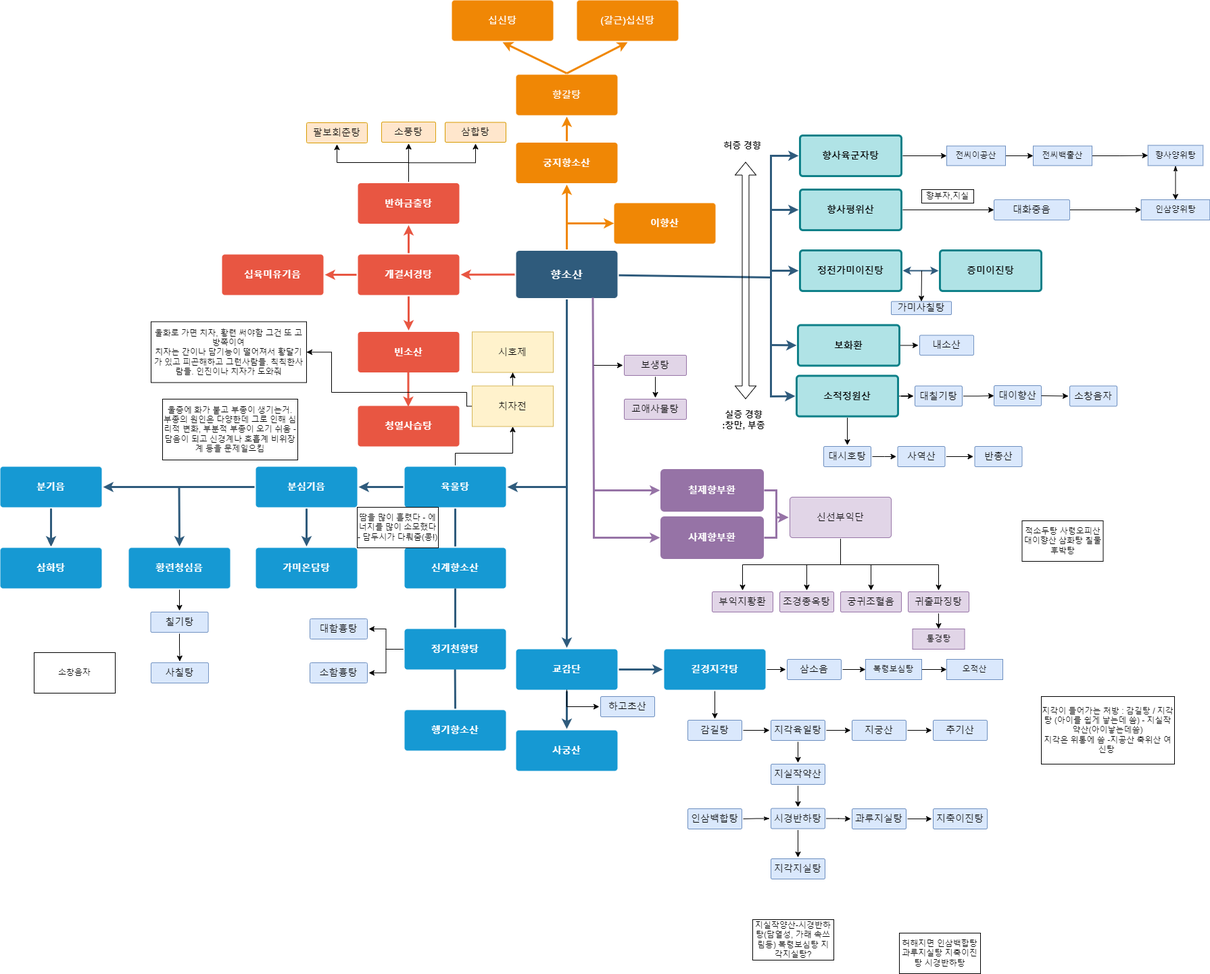
This is 향소산플로우차트.drawio.png from Jinzin71/sparta, a draw.io export, as it was before one commit. Source tidied: cells renumbered, new cells last; positions are measured from the earlier drawing's top-left corner, leaving out a move shared by most shapes.
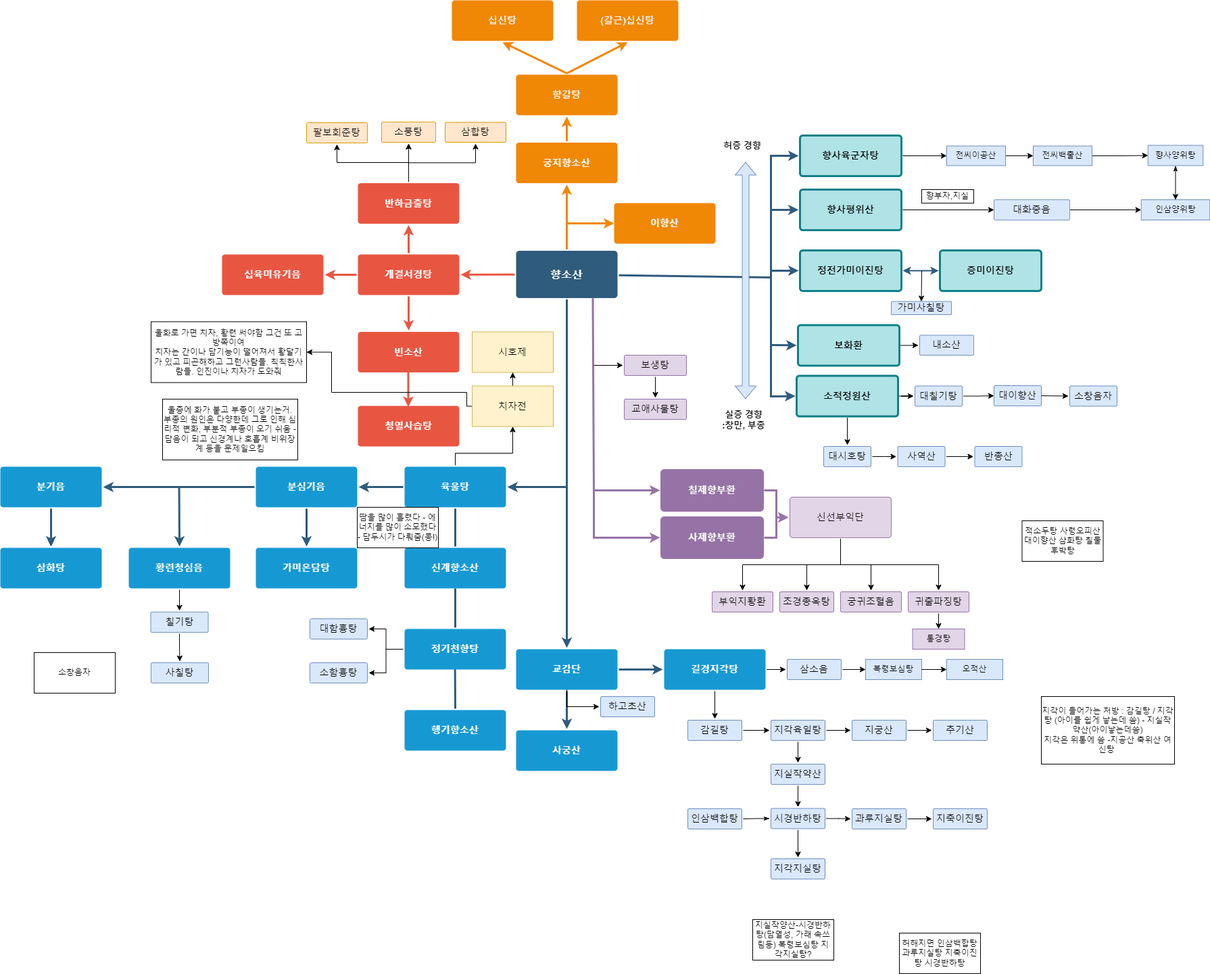
The same diagram one commit later.

Commit message:
향소산플로우차트.drawio.png 업데이트

The edit, as a diff of the source:
```diff
@@ -596,7 +596,7 @@
     <mxCell id="164" value="사칠탕" style="rounded=1;whiteSpace=wrap;html=1;shadow=0;labelBackgroundColor=none;strokeColor=#6c8ebf;strokeWidth=1;fillColor=#dae8fc;fontFamily=Helvetica;fontSize=14;align=center;spacing=5;fontStyle=0;arcSize=7;perimeterSpacing=2;" parent="1" vertex="1">
       <mxGeometry x="223" y="980" width="85" height="30" as="geometry" />
     </mxCell>
-    <mxCell id="165" style="shape=flexArrow;endArrow=classic;startArrow=classic;html=1;rounded=0;" parent="1" edge="1">
+    <mxCell id="165" style="shape=flexArrow;endArrow=classic;startArrow=classic;html=1;rounded=0;fillColor=#dae8fc;strokeColor=#6c8ebf;" parent="1" edge="1">
       <mxGeometry relative="1" as="geometry">
         <mxPoint x="1102.5" y="590" as="sourcePoint" />
         <mxPoint x="1102.5" y="239" as="targetPoint" />
```
